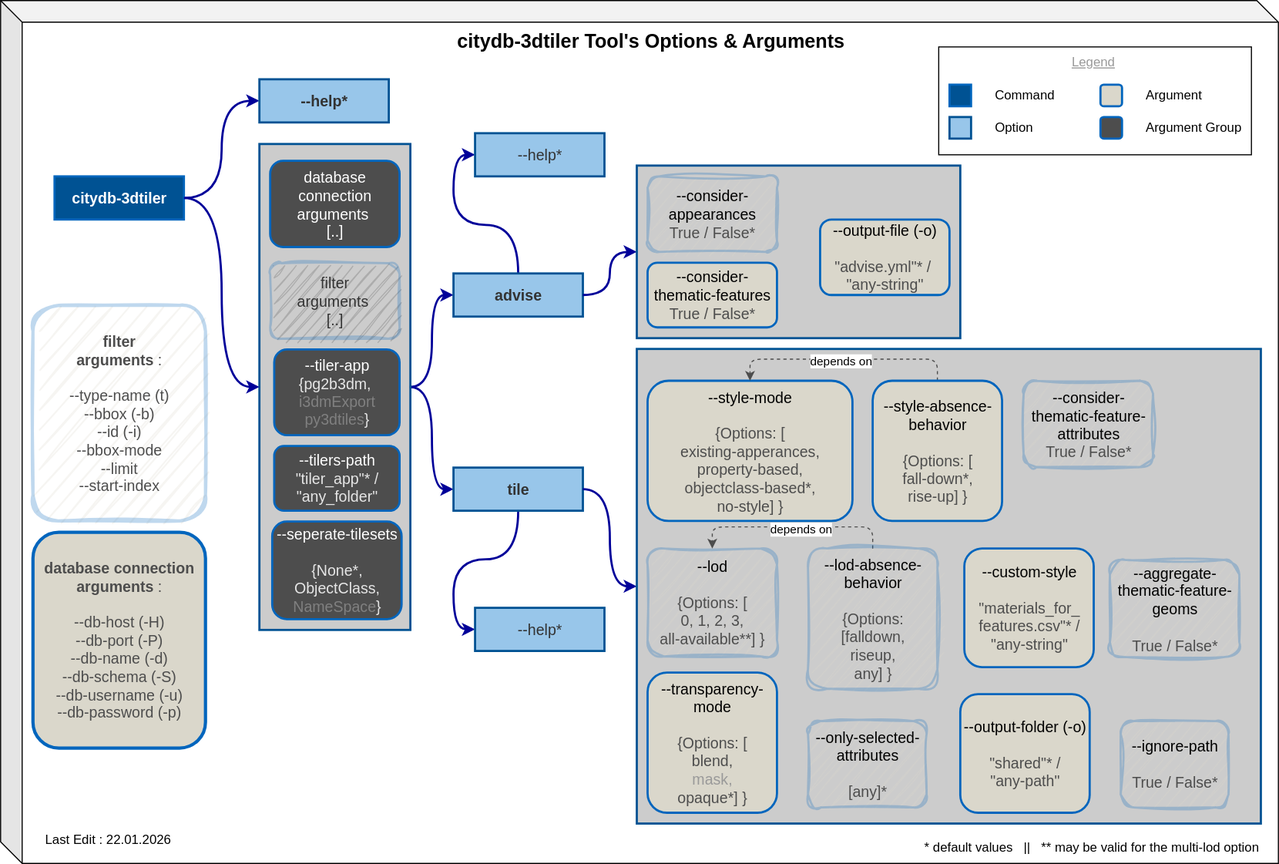
tum-gis/citydb-3dtiler keeps this draw.io diagram as images/cli_command_options_and_arguments_design_for_docs.drawio.svg. Above is the earlier version. Source tidied: cells renumbered, new cells last; positions are measured from the earlier drawing's top-left corner, leaving out a move shared by most shapes.
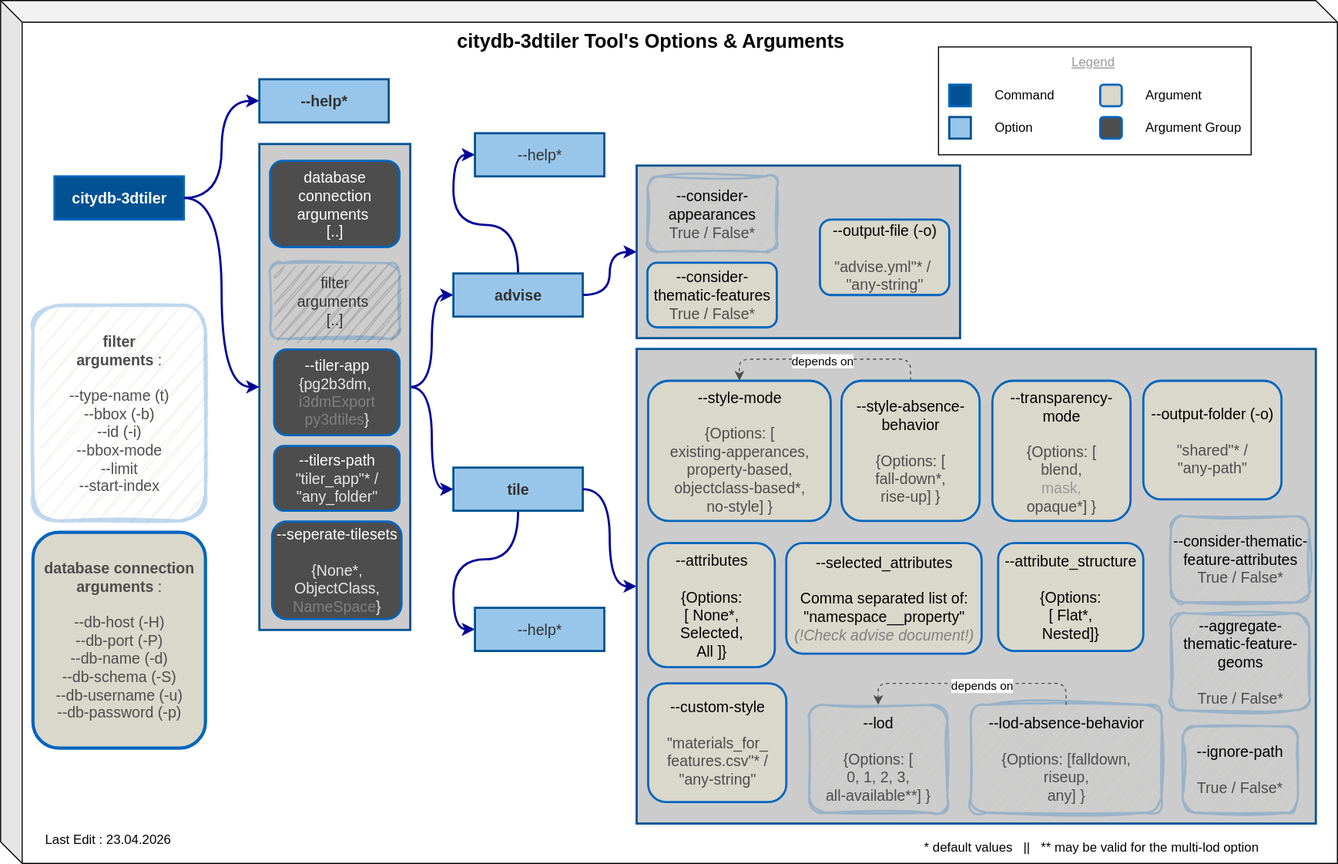
After the commit.

The edit, as a diff of the source:
```diff
@@ -3,7 +3,7 @@
     <mxCell id="0" />
     <mxCell id="1" parent="0" />
     <mxCell id="2" style="shape=cube;whiteSpace=wrap;html=1;boundedLbl=1;backgroundOutline=1;darkOpacity=0.05;darkOpacity2=0.1;" parent="1" vertex="1">
-      <mxGeometry width="1185" height="800" as="geometry" />
+      <mxGeometry width="1240" height="800" as="geometry" />
     </mxCell>
     <mxCell id="3" style="edgeStyle=orthogonalEdgeStyle;rounded=0;jettySize=auto;html=1;entryX=0;entryY=0.5;entryDx=0;entryDy=0;curved=1;strokeColor=#000099;strokeWidth=2;exitX=1;exitY=0.5;exitDx=0;exitDy=0;" parent="1" edge="1" source="32" target="9">
       <mxGeometry relative="1" as="geometry" />
@@ -50,7 +50,7 @@
     <mxCell id="17" value="* default values&amp;nbsp; &amp;nbsp;||&amp;nbsp; &amp;nbsp;** may be valid for the multi-lod option" style="text;html=1;align=right;verticalAlign=middle;whiteSpace=wrap;rounded=0;" parent="1" vertex="1">
       <mxGeometry x="799" y="770" width="370" height="30" as="geometry" />
     </mxCell>
-    <mxCell id="18" value="Last Edit : 22.01.2026" style="text;html=1;align=right;verticalAlign=middle;whiteSpace=wrap;rounded=0;" parent="1" vertex="1">
+    <mxCell id="18" value="Last Edit : 23.04.2026" style="text;html=1;align=right;verticalAlign=middle;whiteSpace=wrap;rounded=0;" parent="1" vertex="1">
       <mxGeometry x="30" y="763" width="130" height="30" as="geometry" />
     </mxCell>
     <mxCell id="19" style="edgeStyle=orthogonalEdgeStyle;rounded=0;jettySize=auto;html=1;entryX=0;entryY=0.5;entryDx=0;entryDy=0;curved=1;strokeColor=#000099;strokeWidth=2;exitX=1;exitY=0.5;exitDx=0;exitDy=0;" parent="1" edge="1" source="9" target="40">
@@ -129,13 +129,13 @@
       <mxGeometry x="170" y="50" width="120" height="70" as="geometry" />
     </mxCell>
     <mxCell id="44" style="group;" parent="1" vertex="1">
-      <mxGeometry x="590" y="323" width="578.8" height="440" as="geometry" />
+      <mxGeometry x="590" y="323" width="630" height="440" as="geometry" />
     </mxCell>
     <mxCell id="45" style="rounded=0;whiteSpace=wrap;html=1;fillColor=#CCCCCC;strokeColor=#005293;strokeWidth=2;" parent="44" vertex="1">
-      <mxGeometry width="578.8" height="440" as="geometry" />
+      <mxGeometry width="630" height="440" as="geometry" />
     </mxCell>
     <mxCell id="46" value="&lt;font style=&quot;font-size: 14px;&quot;&gt;--style-mode&lt;/font&gt;&lt;div&gt;&lt;span style=&quot;font-size: 14px;&quot;&gt;&lt;br&gt;&lt;/span&gt;&lt;div&gt;&lt;span style=&quot;font-size: 14px;&quot;&gt;&lt;font style=&quot;color: rgb(77, 77, 77);&quot;&gt;{Options: [&lt;/font&gt;&lt;/span&gt;&lt;/div&gt;&lt;div&gt;&lt;span style=&quot;font-size: 14px;&quot;&gt;&lt;font style=&quot;color: rgb(77, 77, 77);&quot;&gt;existing-apperances,&lt;/font&gt;&lt;/span&gt;&lt;/div&gt;&lt;div&gt;&lt;span style=&quot;font-size: 14px; background-color: transparent;&quot;&gt;&lt;font style=&quot;color: rgb(77, 77, 77);&quot;&gt;property-based,&lt;/font&gt;&lt;/span&gt;&lt;/div&gt;&lt;div&gt;&lt;span style=&quot;font-size: 14px; background-color: transparent;&quot;&gt;&lt;font style=&quot;color: rgb(77, 77, 77);&quot;&gt;objectclass-based*,&lt;/font&gt;&lt;/span&gt;&lt;/div&gt;&lt;div&gt;&lt;span style=&quot;font-size: 14px; background-color: transparent;&quot;&gt;&lt;font style=&quot;color: rgb(77, 77, 77);&quot;&gt;no-style] }&lt;/font&gt;&lt;/span&gt;&lt;/div&gt;&lt;/div&gt;" style="rounded=1;whiteSpace=wrap;html=1;fillColor=#DAD7CB;strokeColor=#0065BD;strokeWidth=2;" parent="44" vertex="1">
-      <mxGeometry x="10" y="29.5" width="190" height="130" as="geometry" />
+      <mxGeometry x="10.7" y="29.5" width="169.3" height="130" as="geometry" />
     </mxCell>
     <mxCell id="47" style="edgeStyle=orthogonalEdgeStyle;rounded=1;jettySize=auto;html=1;entryX=0.5;entryY=0;entryDx=0;entryDy=0;curved=0;exitX=0.5;exitY=0;exitDx=0;exitDy=0;strokeColor=#4D4D4D;dashed=1;" parent="44" edge="1" source="49" target="46">
       <mxGeometry relative="1" as="geometry" />
@@ -144,40 +144,46 @@
       <mxGeometry x="0.03" y="1" relative="1" as="geometry" />
     </mxCell>
     <mxCell id="49" value="&lt;font style=&quot;font-size: 14px; color: rgb(0, 0, 0);&quot;&gt;--style-absence-behavior&lt;/font&gt;&lt;div&gt;&lt;span style=&quot;font-size: 14px;&quot;&gt;&lt;br&gt;&lt;/span&gt;&lt;div&gt;&lt;font style=&quot;font-size: 14px; color: rgb(77, 77, 77);&quot;&gt;{Options: [&lt;/font&gt;&lt;/div&gt;&lt;div&gt;&lt;font style=&quot;font-size: 14px; color: rgb(77, 77, 77);&quot;&gt;fall-down*,&lt;/font&gt;&lt;/div&gt;&lt;div&gt;&lt;font style=&quot;font-size: 14px; color: rgb(77, 77, 77);&quot;&gt;rise-up&lt;/font&gt;&lt;font style=&quot;font-size: 14px; color: rgb(77, 77, 77);&quot;&gt;] }&lt;/font&gt;&lt;/div&gt;&lt;/div&gt;" style="rounded=1;whiteSpace=wrap;html=1;fillColor=#DAD7CB;strokeColor=#0065BD;strokeWidth=2;" parent="44" vertex="1">
-      <mxGeometry x="218.8" y="29.5" width="120" height="130" as="geometry" />
+      <mxGeometry x="190" y="29.5" width="128.1" height="130" as="geometry" />
     </mxCell>
-    <mxCell id="50" value="&lt;font style=&quot;font-size: 14px;&quot;&gt;--lod&lt;/font&gt;&lt;div&gt;&lt;font style=&quot;font-size: 14px;&quot;&gt;&lt;br&gt;&lt;/font&gt;&lt;/div&gt;&lt;div&gt;&lt;font style=&quot;font-size: 14px; color: rgb(77, 77, 77);&quot;&gt;{Options: [&lt;/font&gt;&lt;/div&gt;&lt;div&gt;&lt;span style=&quot;background-color: transparent; font-size: 14px;&quot;&gt;&lt;font style=&quot;color: rgb(77, 77, 77);&quot;&gt;0, 1, 2, 3,&lt;/font&gt;&lt;/span&gt;&lt;/div&gt;&lt;div&gt;&lt;span style=&quot;background-color: transparent; font-size: 14px;&quot;&gt;&lt;font style=&quot;color: rgb(77, 77, 77);&quot;&gt;all-available**] }&lt;/font&gt;&lt;/span&gt;&lt;/div&gt;" style="rounded=1;whiteSpace=wrap;html=1;fillColor=#DAD7CB;strokeColor=#0065BD;strokeWidth=2;sketch=1;curveFitting=1;jiggle=2;opacity=25;" parent="44" vertex="1">
-      <mxGeometry x="10" y="185" width="120" height="100" as="geometry" />
-    </mxCell>
-    <mxCell id="51" style="edgeStyle=orthogonalEdgeStyle;rounded=1;jettySize=auto;html=1;entryX=0.5;entryY=0;entryDx=0;entryDy=0;exitX=0.5;exitY=0;exitDx=0;exitDy=0;curved=0;dashed=1;strokeColor=#4D4D4D;" parent="44" edge="1" source="53" target="50">
-      <mxGeometry relative="1" as="geometry" />
-    </mxCell>
-    <mxCell id="52" value="depends on" style="edgeLabel;html=1;align=center;verticalAlign=middle;" parent="51" vertex="1">
-      <mxGeometry x="-0.08" y="1" relative="1" as="geometry" />
-    </mxCell>
-    <mxCell id="53" value="&lt;font style=&quot;font-size: 14px;&quot;&gt;--lod-absence-behavior&lt;/font&gt;&lt;div&gt;&lt;font style=&quot;font-size: 14px;&quot;&gt;&lt;br&gt;&lt;/font&gt;&lt;/div&gt;&lt;div&gt;&lt;font style=&quot;font-size: 14px; color: rgb(77, 77, 77);&quot;&gt;{Options: [falldown,&lt;/font&gt;&lt;/div&gt;&lt;div&gt;&lt;span style=&quot;background-color: transparent; font-size: 14px;&quot;&gt;&lt;font style=&quot;color: rgb(77, 77, 77);&quot;&gt;riseup,&lt;/font&gt;&lt;/span&gt;&lt;/div&gt;&lt;div&gt;&lt;span style=&quot;background-color: transparent; font-size: 14px;&quot;&gt;&lt;font style=&quot;color: rgb(77, 77, 77);&quot;&gt;any] }&lt;/font&gt;&lt;/span&gt;&lt;/div&gt;" style="rounded=1;whiteSpace=wrap;html=1;fillColor=#DAD7CB;strokeColor=#0065BD;strokeWidth=2;sketch=1;curveFitting=1;jiggle=2;opacity=25;" parent="44" vertex="1">
-      <mxGeometry x="158.8" y="185" width="120" height="130" as="geometry" />
-    </mxCell>
     <mxCell id="54" value="&lt;font style=&quot;font-size: 14px;&quot;&gt;--aggregate-thematic-feature-geoms&lt;/font&gt;&lt;div&gt;&lt;font style=&quot;font-size: 14px;&quot;&gt;&lt;br&gt;&lt;/font&gt;&lt;/div&gt;&lt;div&gt;&lt;font style=&quot;font-size: 14px; color: rgb(77, 77, 77);&quot;&gt;True / False*&lt;/font&gt;&lt;/div&gt;" style="rounded=1;whiteSpace=wrap;html=1;fillColor=#DAD7CB;strokeColor=#0065BD;strokeWidth=2;sketch=1;curveFitting=1;jiggle=2;opacity=25;" parent="44" vertex="1">
-      <mxGeometry x="438.8" y="195.5" width="120" height="90" as="geometry" />
+      <mxGeometry x="495.7" y="245" width="128.1" height="90" as="geometry" />
     </mxCell>
-    <mxCell id="55" value="&lt;font style=&quot;font-size: 14px;&quot;&gt;--consider-thematic-feature-attributes&lt;/font&gt;&lt;div&gt;&lt;font style=&quot;font-size: 14px; color: rgb(77, 77, 77);&quot;&gt;True / False*&lt;/font&gt;&lt;/div&gt;" style="rounded=1;whiteSpace=wrap;html=1;fillColor=#DAD7CB;strokeColor=#0065BD;strokeWidth=2;sketch=1;curveFitting=1;jiggle=2;opacity=25;" parent="44" vertex="1">
-      <mxGeometry x="358.8" y="29.5" width="120" height="80" as="geometry" />
-    </mxCell>
     <mxCell id="56" value="&lt;font style=&quot;font-size: 14px;&quot;&gt;--ignore-path&lt;/font&gt;&lt;div&gt;&lt;font style=&quot;font-size: 14px;&quot;&gt;&lt;br&gt;&lt;/font&gt;&lt;/div&gt;&lt;div&gt;&lt;font style=&quot;font-size: 14px; color: rgb(77, 77, 77);&quot;&gt;True / False*&lt;/font&gt;&lt;/div&gt;" style="rounded=1;whiteSpace=wrap;html=1;fillColor=#DAD7CB;strokeColor=#0065BD;strokeWidth=2;sketch=1;curveFitting=1;jiggle=2;opacity=25;" parent="44" vertex="1">
-      <mxGeometry x="448.8" y="345" width="100" height="80" as="geometry" />
+      <mxGeometry x="506.4" y="350" width="106.8" height="80" as="geometry" />
     </mxCell>
-    <mxCell id="57" value="&lt;font style=&quot;font-size: 14px;&quot;&gt;--only-selected-attributes&lt;/font&gt;&lt;div&gt;&lt;font style=&quot;font-size: 14px;&quot;&gt;&lt;br&gt;&lt;/font&gt;&lt;/div&gt;&lt;div&gt;&lt;span style=&quot;font-size: 14px;&quot;&gt;&lt;font style=&quot;color: rgb(77, 77, 77);&quot;&gt;[any]*&lt;/font&gt;&lt;/span&gt;&lt;/div&gt;" style="rounded=1;whiteSpace=wrap;html=1;fillColor=#DAD7CB;strokeColor=#0065BD;strokeWidth=2;sketch=1;curveFitting=1;jiggle=2;opacity=25;" parent="44" vertex="1">
-      <mxGeometry x="158.8" y="345" width="110" height="80" as="geometry" />
+    <mxCell id="57" value="&lt;font style=&quot;font-size: 14px;&quot;&gt;--attributes&lt;/font&gt;&lt;div&gt;&lt;span style=&quot;font-size: 14px;&quot;&gt;&lt;br&gt;&lt;/span&gt;&lt;div&gt;&lt;font style=&quot;font-size: 14px;&quot;&gt;{Options:&lt;/font&gt;&lt;/div&gt;&lt;div&gt;&lt;font style=&quot;font-size: 14px;&quot;&gt;[ None*,&lt;/font&gt;&lt;/div&gt;&lt;div&gt;&lt;font style=&quot;font-size: 14px;&quot;&gt;Selected,&lt;/font&gt;&lt;/div&gt;&lt;div&gt;&lt;font style=&quot;font-size: 14px;&quot;&gt;All ]}&lt;/font&gt;&lt;/div&gt;&lt;/div&gt;" style="rounded=1;whiteSpace=wrap;html=1;fillColor=#DAD7CB;strokeColor=#0065BD;strokeWidth=2;" parent="44" vertex="1">
+      <mxGeometry x="10.7" y="180" width="117.5" height="115" as="geometry" />
     </mxCell>
     <mxCell id="58" value="&lt;font style=&quot;font-size: 14px;&quot;&gt;--transparency-mode&lt;/font&gt;&lt;div&gt;&lt;font style=&quot;font-size: 14px;&quot;&gt;&lt;br&gt;&lt;/font&gt;&lt;/div&gt;&lt;div&gt;&lt;span style=&quot;font-size: 14px;&quot;&gt;&lt;font style=&quot;color: rgb(77, 77, 77);&quot;&gt;{Options: [&lt;/font&gt;&lt;/span&gt;&lt;/div&gt;&lt;div&gt;&lt;span style=&quot;font-size: 14px;&quot;&gt;&lt;font style=&quot;color: rgb(77, 77, 77);&quot;&gt;blend,&lt;/font&gt;&lt;/span&gt;&lt;/div&gt;&lt;div&gt;&lt;span style=&quot;font-size: 14px;&quot;&gt;&lt;font style=&quot;color: rgb(153, 153, 153);&quot;&gt;mask,&lt;/font&gt;&lt;/span&gt;&lt;/div&gt;&lt;div&gt;&lt;span style=&quot;font-size: 14px;&quot;&gt;&lt;font style=&quot;color: rgb(77, 77, 77);&quot;&gt;opaque*] }&lt;/font&gt;&lt;/span&gt;&lt;/div&gt;" style="rounded=1;whiteSpace=wrap;html=1;fillColor=#DAD7CB;strokeColor=#0065BD;strokeWidth=2;" parent="44" vertex="1">
-      <mxGeometry x="10" y="300" width="120" height="130" as="geometry" />
+      <mxGeometry x="330" y="29.5" width="128.1" height="130" as="geometry" />
     </mxCell>
     <mxCell id="59" value="&lt;font style=&quot;font-size: 14px;&quot;&gt;--custom-style&lt;/font&gt;&lt;div&gt;&lt;font style=&quot;font-size: 14px;&quot;&gt;&lt;br&gt;&lt;/font&gt;&lt;/div&gt;&lt;div&gt;&lt;font style=&quot;font-size: 14px; color: rgb(77, 77, 77);&quot;&gt;&quot;materials_for_&lt;/font&gt;&lt;/div&gt;&lt;div&gt;&lt;font style=&quot;font-size: 14px; color: rgb(77, 77, 77);&quot;&gt;features.csv&quot;* /&lt;/font&gt;&lt;/div&gt;&lt;div&gt;&lt;font style=&quot;font-size: 14px; color: rgb(77, 77, 77);&quot;&gt;&quot;any-string&quot;&lt;/font&gt;&lt;/div&gt;" style="rounded=1;whiteSpace=wrap;html=1;fillColor=#DAD7CB;strokeColor=#0065BD;strokeWidth=2;" parent="44" vertex="1">
-      <mxGeometry x="303.8" y="185" width="120" height="110" as="geometry" />
+      <mxGeometry x="10.7" y="310" width="128.1" height="110" as="geometry" />
     </mxCell>
     <mxCell id="60" value="&lt;font style=&quot;font-size: 14px; color: rgb(0, 0, 0);&quot;&gt;--output-folder (-o)&lt;/font&gt;&lt;div&gt;&lt;font style=&quot;font-size: 14px;&quot;&gt;&lt;br&gt;&lt;/font&gt;&lt;/div&gt;&lt;div&gt;&lt;font style=&quot;font-size: 14px; color: rgb(77, 77, 77);&quot;&gt;&quot;shared&quot;* /&lt;/font&gt;&lt;/div&gt;&lt;div&gt;&lt;font style=&quot;font-size: 14px; color: rgb(77, 77, 77);&quot;&gt;&quot;any-path&quot;&lt;/font&gt;&lt;/div&gt;" style="rounded=1;whiteSpace=wrap;html=1;fillColor=#DAD7CB;strokeColor=#0065BD;strokeWidth=2;" parent="44" vertex="1">
-      <mxGeometry x="300" y="320" width="120" height="110" as="geometry" />
+      <mxGeometry x="470" y="29.5" width="128.1" height="110" as="geometry" />
     </mxCell>
+    <mxCell id="55" value="&lt;font style=&quot;font-size: 14px;&quot;&gt;--consider-thematic-feature-attributes&lt;/font&gt;&lt;div&gt;&lt;font style=&quot;font-size: 14px; color: rgb(77, 77, 77);&quot;&gt;True / False*&lt;/font&gt;&lt;/div&gt;" style="rounded=1;whiteSpace=wrap;html=1;fillColor=#DAD7CB;strokeColor=#0065BD;strokeWidth=2;sketch=1;curveFitting=1;jiggle=2;opacity=25;" parent="44" vertex="1">
+      <mxGeometry x="495.7" y="155" width="128.1" height="80" as="geometry" />
+    </mxCell>
+    <mxCell id="61" value="&lt;font style=&quot;font-size: 14px;&quot;&gt;--selected_attributes&lt;/font&gt;&lt;div&gt;&lt;span style=&quot;font-size: 14px;&quot;&gt;&lt;br&gt;&lt;/span&gt;&lt;div&gt;&lt;span style=&quot;font-size: 14px;&quot;&gt;Comma separated list of:&lt;br&gt;&lt;/span&gt;&lt;div&gt;&lt;span style=&quot;font-size: 14px;&quot;&gt;&quot;namespace__property&quot;&lt;/span&gt;&lt;/div&gt;&lt;/div&gt;&lt;/div&gt;&lt;div&gt;&lt;span style=&quot;font-size: 14px;&quot;&gt;&lt;i&gt;&lt;font style=&quot;color: rgb(128, 128, 128);&quot;&gt;(!Check advise document!)&lt;/font&gt;&lt;/i&gt;&lt;/span&gt;&lt;/div&gt;" style="rounded=1;whiteSpace=wrap;html=1;fillColor=#DAD7CB;strokeColor=#0065BD;strokeWidth=2;" parent="44" vertex="1">
+      <mxGeometry x="138.8" y="180" width="181.2" height="102.5" as="geometry" />
+    </mxCell>
+    <mxCell id="50" value="&lt;font style=&quot;font-size: 14px;&quot;&gt;--lod&lt;/font&gt;&lt;div&gt;&lt;font style=&quot;font-size: 14px;&quot;&gt;&lt;br&gt;&lt;/font&gt;&lt;/div&gt;&lt;div&gt;&lt;font style=&quot;font-size: 14px; color: rgb(77, 77, 77);&quot;&gt;{Options: [&lt;/font&gt;&lt;/div&gt;&lt;div&gt;&lt;span style=&quot;background-color: transparent; font-size: 14px;&quot;&gt;&lt;font style=&quot;color: rgb(77, 77, 77);&quot;&gt;0, 1, 2, 3,&lt;/font&gt;&lt;/span&gt;&lt;/div&gt;&lt;div&gt;&lt;span style=&quot;background-color: transparent; font-size: 14px;&quot;&gt;&lt;font style=&quot;color: rgb(77, 77, 77);&quot;&gt;all-available**] }&lt;/font&gt;&lt;/span&gt;&lt;/div&gt;" style="rounded=1;whiteSpace=wrap;html=1;fillColor=#DAD7CB;strokeColor=#0065BD;strokeWidth=2;sketch=1;curveFitting=1;jiggle=2;opacity=25;" parent="44" vertex="1">
+      <mxGeometry x="160" y="330" width="128.1" height="100" as="geometry" />
+    </mxCell>
+    <mxCell id="51" style="edgeStyle=orthogonalEdgeStyle;rounded=1;jettySize=auto;html=1;entryX=0.5;entryY=0;entryDx=0;entryDy=0;exitX=0.5;exitY=0;exitDx=0;exitDy=0;curved=0;dashed=1;strokeColor=#4D4D4D;" parent="44" edge="1" source="53" target="50">
+      <mxGeometry relative="1" as="geometry" />
+    </mxCell>
+    <mxCell id="52" value="depends on" style="edgeLabel;html=1;align=center;verticalAlign=middle;" parent="51" vertex="1">
+      <mxGeometry x="-0.08" y="1" relative="1" as="geometry" />
+    </mxCell>
+    <mxCell id="53" value="&lt;font style=&quot;font-size: 14px;&quot;&gt;--lod-absence-behavior&lt;/font&gt;&lt;div&gt;&lt;font style=&quot;font-size: 14px;&quot;&gt;&lt;br&gt;&lt;/font&gt;&lt;/div&gt;&lt;div&gt;&lt;font style=&quot;font-size: 14px; color: rgb(77, 77, 77);&quot;&gt;{Options: [falldown,&lt;/font&gt;&lt;/div&gt;&lt;div&gt;&lt;span style=&quot;background-color: transparent; font-size: 14px;&quot;&gt;&lt;font style=&quot;color: rgb(77, 77, 77);&quot;&gt;riseup,&lt;/font&gt;&lt;/span&gt;&lt;/div&gt;&lt;div&gt;&lt;span style=&quot;background-color: transparent; font-size: 14px;&quot;&gt;&lt;font style=&quot;color: rgb(77, 77, 77);&quot;&gt;any] }&lt;/font&gt;&lt;/span&gt;&lt;/div&gt;" style="rounded=1;whiteSpace=wrap;html=1;fillColor=#DAD7CB;strokeColor=#0065BD;strokeWidth=2;sketch=1;curveFitting=1;jiggle=2;opacity=25;" parent="44" vertex="1">
+      <mxGeometry x="309.8" y="330" width="177" height="100" as="geometry" />
+    </mxCell>
+    <mxCell id="62" value="&lt;font style=&quot;font-size: 14px;&quot;&gt;--attribute_structure&lt;/font&gt;&lt;div&gt;&lt;span style=&quot;font-size: 14px;&quot;&gt;&lt;br&gt;&lt;/span&gt;&lt;div&gt;&lt;font style=&quot;font-size: 14px;&quot;&gt;{Options:&lt;/font&gt;&lt;/div&gt;&lt;div&gt;&lt;font style=&quot;font-size: 14px;&quot;&gt;[ Flat*,&lt;/font&gt;&lt;/div&gt;&lt;div&gt;&lt;font style=&quot;font-size: 14px;&quot;&gt;Nested&lt;/font&gt;&lt;span style=&quot;font-size: 14px; background-color: transparent; color: light-dark(rgb(0, 0, 0), rgb(255, 255, 255));&quot;&gt;]}&lt;/span&gt;&lt;/div&gt;&lt;/div&gt;" style="rounded=1;whiteSpace=wrap;html=1;fillColor=#DAD7CB;strokeColor=#0065BD;strokeWidth=2;" parent="44" vertex="1">
+      <mxGeometry x="335.3" y="180" width="134.7" height="100" as="geometry" />
+    </mxCell>
   </root>
 </mxGraphModel>
```
